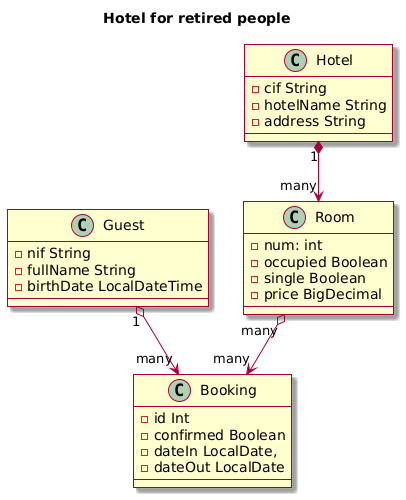
Earlier version of the PlantUML export docs/hotel_retired.models.png (miw-upm/apaw-practice).
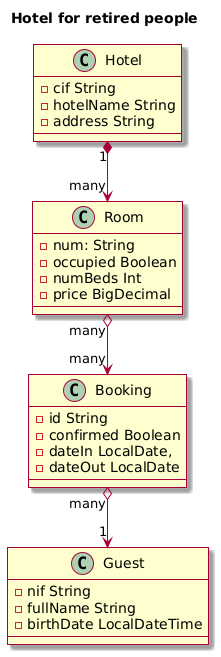
Above is the later version.

What changed in the source:
```diff
@@ -11,7 +11,7 @@
 }
 class Booking
 {
-  -id Int
+  -id String
   -confirmed Boolean
   -dateIn LocalDate,
   -dateOut LocalDate
@@ -24,15 +24,15 @@
 }
 class Room
 {
-  -num: int
+  -num: String
   -occupied Boolean
-  -single Boolean
+  -numBeds Int
   -price BigDecimal
 }
 
 Hotel "1" *--> "many" Room
 
-Guest "1" o--> "many" Booking
+Booking "many" o--> "1" Guest
 
 Room "many" o--> "many" Booking
 @enduml
```
